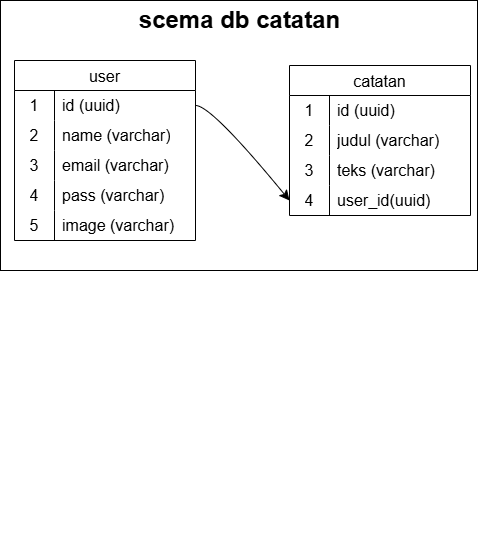
Earlier version of the draw.io export scema db web catatan.png (Thekings00/repo_table-database). Source tidied: cells renumbered, new cells last; positions are measured from the earlier drawing's top-left corner, leaving out a move shared by most shapes. Source of this version:
```xml
<mxGraphModel>
  <root>
    <mxCell id="0" />
    <mxCell id="1" parent="0" />
    <mxCell id="2" style="rounded=0;whiteSpace=wrap;html=1;" parent="1" vertex="1">
      <mxGeometry width="477" height="270" as="geometry" />
    </mxCell>
    <mxCell id="3" value="user" style="shape=table;startSize=30;rowLines=0;fontStyle=0;strokeColor=default;fontSize=16;" parent="1" vertex="1">
      <mxGeometry x="14" y="60" width="181" height="180" as="geometry" />
    </mxCell>
    <mxCell id="4" style="shape=tableRow;horizontal=0;startSize=0;swimlaneHead=0;swimlaneBody=0;top=0;left=0;bottom=0;right=0;fillColor=none;points=[[0,0.5],[1,0.5]];portConstraint=eastwest;strokeColor=inherit;fontSize=16;" parent="3" vertex="1">
      <mxGeometry y="30" width="181" height="30" as="geometry" />
    </mxCell>
    <mxCell id="5" value="1" style="shape=partialRectangle;html=1;whiteSpace=wrap;fillColor=none;top=0;left=0;bottom=0;right=0;overflow=hidden;strokeColor=inherit;fontSize=16;" parent="4" vertex="1">
      <mxGeometry width="40" height="30" as="geometry" />
    </mxCell>
    <mxCell id="6" value="id (uuid)" style="shape=partialRectangle;html=1;whiteSpace=wrap;fillColor=none;top=0;left=0;bottom=0;right=0;align=left;spacingLeft=6;overflow=hidden;strokeColor=inherit;fontSize=16;" parent="4" vertex="1">
      <mxGeometry x="40" width="141" height="30" as="geometry" />
    </mxCell>
    <mxCell id="7" style="shape=tableRow;horizontal=0;startSize=0;swimlaneHead=0;swimlaneBody=0;top=0;left=0;bottom=0;right=0;fillColor=none;strokeColor=inherit;fontSize=16;" parent="3" vertex="1">
      <mxGeometry y="60" width="181" height="30" as="geometry" />
    </mxCell>
    <mxCell id="8" value="2" style="shape=partialRectangle;html=1;whiteSpace=wrap;fillColor=none;top=0;left=0;bottom=0;right=0;overflow=hidden;strokeColor=inherit;fontSize=16;" parent="7" vertex="1">
      <mxGeometry width="40" height="30" as="geometry" />
    </mxCell>
    <mxCell id="9" value="name (varchar)" style="shape=partialRectangle;html=1;whiteSpace=wrap;fillColor=none;top=0;left=0;bottom=0;right=0;align=left;spacingLeft=6;overflow=hidden;strokeColor=inherit;fontSize=16;" parent="7" vertex="1">
      <mxGeometry x="40" width="141" height="30" as="geometry" />
    </mxCell>
    <mxCell id="10" style="shape=tableRow;horizontal=0;startSize=0;swimlaneHead=0;swimlaneBody=0;top=0;left=0;bottom=0;right=0;fillColor=none;strokeColor=inherit;fontSize=16;" parent="3" vertex="1">
      <mxGeometry y="90" width="181" height="30" as="geometry" />
    </mxCell>
    <mxCell id="11" value="3" style="shape=partialRectangle;html=1;whiteSpace=wrap;fillColor=none;top=0;left=0;bottom=0;right=0;overflow=hidden;strokeColor=inherit;fontSize=16;" parent="10" vertex="1">
      <mxGeometry width="40" height="30" as="geometry" />
    </mxCell>
    <mxCell id="12" value="email (varchar)" style="shape=partialRectangle;html=1;whiteSpace=wrap;fillColor=none;top=0;left=0;bottom=0;right=0;align=left;spacingLeft=6;overflow=hidden;strokeColor=inherit;fontSize=16;" parent="10" vertex="1">
      <mxGeometry x="40" width="141" height="30" as="geometry" />
    </mxCell>
    <mxCell id="13" style="shape=tableRow;horizontal=0;startSize=0;swimlaneHead=0;swimlaneBody=0;top=0;left=0;bottom=0;right=0;fillColor=none;strokeColor=inherit;fontSize=16;" parent="3" vertex="1">
      <mxGeometry y="120" width="181" height="30" as="geometry" />
    </mxCell>
    <mxCell id="14" value="4" style="shape=partialRectangle;html=1;whiteSpace=wrap;fillColor=none;top=0;left=0;bottom=0;right=0;overflow=hidden;strokeColor=inherit;fontSize=16;" parent="13" vertex="1">
      <mxGeometry width="40" height="30" as="geometry" />
    </mxCell>
    <mxCell id="15" value="pass (varchar)" style="shape=partialRectangle;html=1;whiteSpace=wrap;fillColor=none;top=0;left=0;bottom=0;right=0;align=left;spacingLeft=6;overflow=hidden;strokeColor=inherit;fontSize=16;" parent="13" vertex="1">
      <mxGeometry x="40" width="141" height="30" as="geometry" />
    </mxCell>
    <mxCell id="16" style="shape=tableRow;horizontal=0;startSize=0;swimlaneHead=0;swimlaneBody=0;top=0;left=0;bottom=0;right=0;fillColor=none;strokeColor=inherit;fontSize=16;" parent="3" vertex="1">
      <mxGeometry y="150" width="181" height="30" as="geometry" />
    </mxCell>
    <mxCell id="17" value="5" style="shape=partialRectangle;html=1;whiteSpace=wrap;fillColor=none;top=0;left=0;bottom=0;right=0;overflow=hidden;strokeColor=inherit;fontSize=16;" parent="16" vertex="1">
      <mxGeometry width="40" height="30" as="geometry" />
    </mxCell>
    <mxCell id="18" value="image (varchar)" style="shape=partialRectangle;html=1;whiteSpace=wrap;fillColor=none;top=0;left=0;bottom=0;right=0;align=left;spacingLeft=6;overflow=hidden;strokeColor=inherit;fontSize=16;" parent="16" vertex="1">
      <mxGeometry x="40" width="141" height="30" as="geometry" />
    </mxCell>
    <mxCell id="19" value="catatan" style="shape=table;startSize=30;rowLines=0;fontStyle=0;strokeColor=default;fontSize=16;" parent="1" vertex="1">
      <mxGeometry x="289" y="65" width="181" height="150" as="geometry" />
    </mxCell>
    <mxCell id="20" style="shape=tableRow;horizontal=0;startSize=0;swimlaneHead=0;swimlaneBody=0;top=0;left=0;bottom=0;right=0;fillColor=none;strokeColor=inherit;fontSize=16;" parent="19" vertex="1">
      <mxGeometry y="30" width="181" height="30" as="geometry" />
    </mxCell>
    <mxCell id="21" value="1" style="shape=partialRectangle;html=1;whiteSpace=wrap;fillColor=none;top=0;left=0;bottom=0;right=0;overflow=hidden;strokeColor=inherit;fontSize=16;" parent="20" vertex="1">
      <mxGeometry width="40" height="30" as="geometry" />
    </mxCell>
    <mxCell id="22" value="id (uuid)" style="shape=partialRectangle;html=1;whiteSpace=wrap;fillColor=none;top=0;left=0;bottom=0;right=0;align=left;spacingLeft=6;overflow=hidden;strokeColor=inherit;fontSize=16;" parent="20" vertex="1">
      <mxGeometry x="40" width="141" height="30" as="geometry" />
    </mxCell>
    <mxCell id="23" style="shape=tableRow;horizontal=0;startSize=0;swimlaneHead=0;swimlaneBody=0;top=0;left=0;bottom=0;right=0;fillColor=none;strokeColor=inherit;fontSize=16;" parent="19" vertex="1">
      <mxGeometry y="60" width="181" height="30" as="geometry" />
    </mxCell>
    <mxCell id="24" value="2" style="shape=partialRectangle;html=1;whiteSpace=wrap;fillColor=none;top=0;left=0;bottom=0;right=0;overflow=hidden;strokeColor=inherit;fontSize=16;" parent="23" vertex="1">
      <mxGeometry width="40" height="30" as="geometry" />
    </mxCell>
    <mxCell id="25" value="judul (varchar)" style="shape=partialRectangle;html=1;whiteSpace=wrap;fillColor=none;top=0;left=0;bottom=0;right=0;align=left;spacingLeft=6;overflow=hidden;strokeColor=inherit;fontSize=16;" parent="23" vertex="1">
      <mxGeometry x="40" width="141" height="30" as="geometry" />
    </mxCell>
    <mxCell id="26" style="shape=tableRow;horizontal=0;startSize=0;swimlaneHead=0;swimlaneBody=0;top=0;left=0;bottom=0;right=0;fillColor=none;strokeColor=inherit;fontSize=16;" parent="19" vertex="1">
      <mxGeometry y="90" width="181" height="30" as="geometry" />
    </mxCell>
    <mxCell id="27" value="3" style="shape=partialRectangle;html=1;whiteSpace=wrap;fillColor=none;top=0;left=0;bottom=0;right=0;overflow=hidden;strokeColor=inherit;fontSize=16;" parent="26" vertex="1">
      <mxGeometry width="40" height="30" as="geometry" />
    </mxCell>
    <mxCell id="28" value="teks (varchar)" style="shape=partialRectangle;html=1;whiteSpace=wrap;fillColor=none;top=0;left=0;bottom=0;right=0;align=left;spacingLeft=6;overflow=hidden;strokeColor=inherit;fontSize=16;" parent="26" vertex="1">
      <mxGeometry x="40" width="141" height="30" as="geometry" />
    </mxCell>
    <mxCell id="29" style="shape=tableRow;horizontal=0;startSize=0;swimlaneHead=0;swimlaneBody=0;top=0;left=0;bottom=0;right=0;fillColor=none;points=[[0,0.5],[1,0.5]];portConstraint=eastwest;strokeColor=inherit;fontSize=16;" parent="19" vertex="1">
      <mxGeometry y="120" width="181" height="30" as="geometry" />
    </mxCell>
    <mxCell id="30" value="4" style="shape=partialRectangle;html=1;whiteSpace=wrap;fillColor=none;top=0;left=0;bottom=0;right=0;overflow=hidden;strokeColor=inherit;fontSize=16;" parent="29" vertex="1">
      <mxGeometry width="40" height="30" as="geometry" />
    </mxCell>
    <mxCell id="31" value="user_id(uuid)" style="shape=partialRectangle;html=1;whiteSpace=wrap;fillColor=none;top=0;left=0;bottom=0;right=0;align=left;spacingLeft=6;overflow=hidden;strokeColor=inherit;fontSize=16;" parent="29" vertex="1">
      <mxGeometry x="40" width="141" height="30" as="geometry" />
    </mxCell>
    <mxCell id="32" style="edgeStyle=none;curved=1;rounded=0;jettySize=auto;html=1;fontSize=12;startSize=8;endSize=8;entryX=0;entryY=0.5;entryDx=0;entryDy=0;" parent="1" edge="1" source="4" target="29">
      <mxGeometry relative="1" as="geometry">
        <Array as="points">
          <mxPoint x="211" y="105" />
        </Array>
      </mxGeometry>
    </mxCell>
    <mxCell id="33" style="edgeStyle=none;curved=1;rounded=0;orthogonalLoop=1;jettySize=auto;html=1;exitX=1;exitY=1;exitDx=0;exitDy=0;fontSize=12;startSize=8;endSize=8;" parent="1" edge="1">
      <mxGeometry relative="1" as="geometry">
        <mxPoint x="482" y="530" as="sourcePoint" />
        <mxPoint x="482" y="530" as="targetPoint" />
      </mxGeometry>
    </mxCell>
    <mxCell id="34" value="scema db catatan" style="text;strokeColor=none;fillColor=none;html=1;fontSize=24;fontStyle=1;verticalAlign=middle;align=center;" parent="1" vertex="1">
      <mxGeometry x="188.5" width="100" height="40" as="geometry" />
    </mxCell>
  </root>
</mxGraphModel>
```
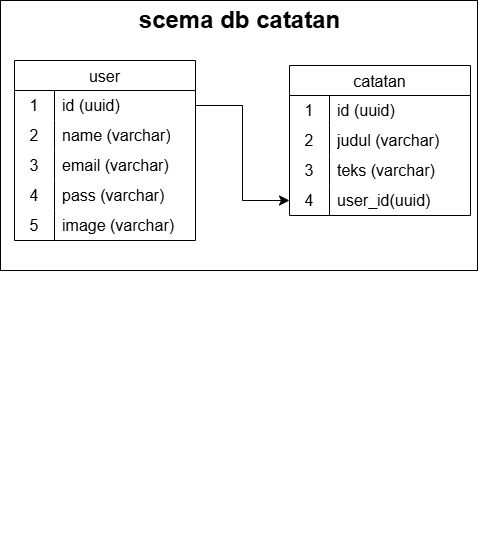
After the commit.

Diff of the diagram source:
```diff
@@ -92,12 +92,8 @@
     <mxCell id="31" value="user_id(uuid)" style="shape=partialRectangle;html=1;whiteSpace=wrap;fillColor=none;top=0;left=0;bottom=0;right=0;align=left;spacingLeft=6;overflow=hidden;strokeColor=inherit;fontSize=16;" parent="29" vertex="1">
       <mxGeometry x="40" width="141" height="30" as="geometry" />
     </mxCell>
-    <mxCell id="32" style="edgeStyle=none;curved=1;rounded=0;jettySize=auto;html=1;fontSize=12;startSize=8;endSize=8;entryX=0;entryY=0.5;entryDx=0;entryDy=0;" parent="1" edge="1" source="4" target="29">
-      <mxGeometry relative="1" as="geometry">
-        <Array as="points">
-          <mxPoint x="211" y="105" />
-        </Array>
-      </mxGeometry>
+    <mxCell id="32" style="edgeStyle=orthogonalEdgeStyle;rounded=0;jettySize=auto;html=1;fontSize=12;startSize=8;endSize=8;entryX=0;entryY=0.5;entryDx=0;entryDy=0;" parent="1" edge="1" source="4" target="29">
+      <mxGeometry relative="1" as="geometry" />
     </mxCell>
     <mxCell id="33" style="edgeStyle=none;curved=1;rounded=0;orthogonalLoop=1;jettySize=auto;html=1;exitX=1;exitY=1;exitDx=0;exitDy=0;fontSize=12;startSize=8;endSize=8;" parent="1" edge="1">
       <mxGeometry relative="1" as="geometry">
```
